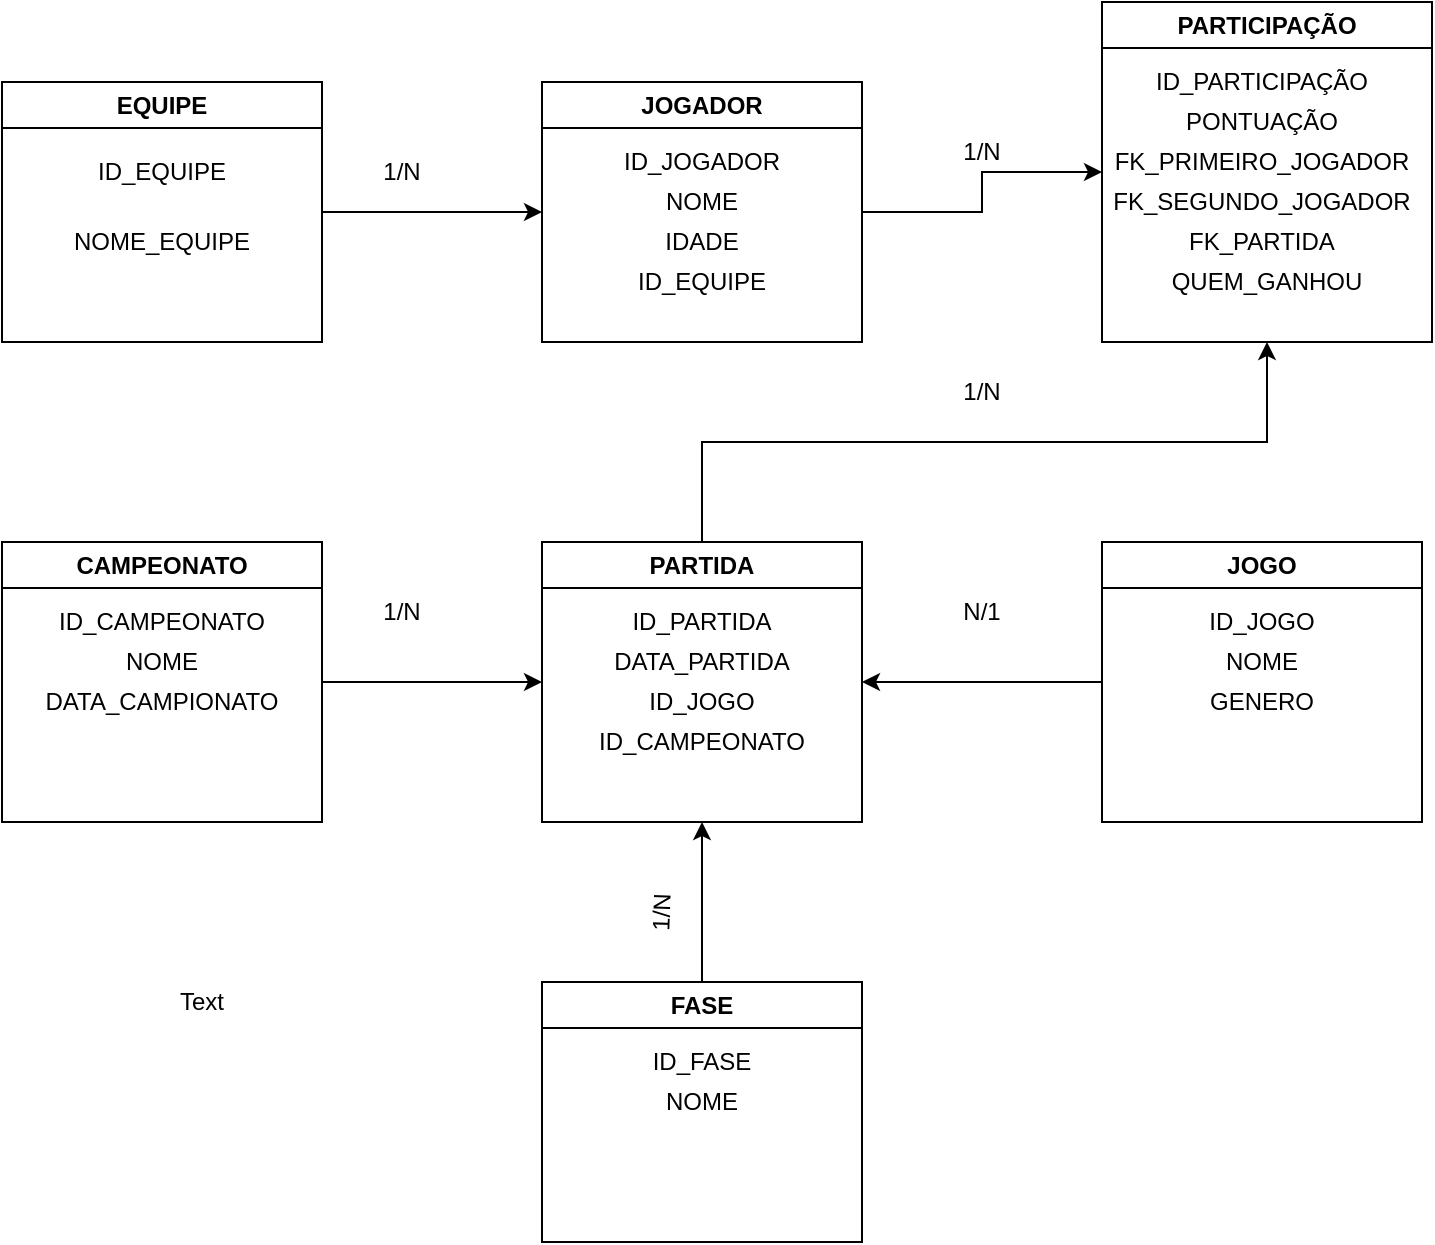
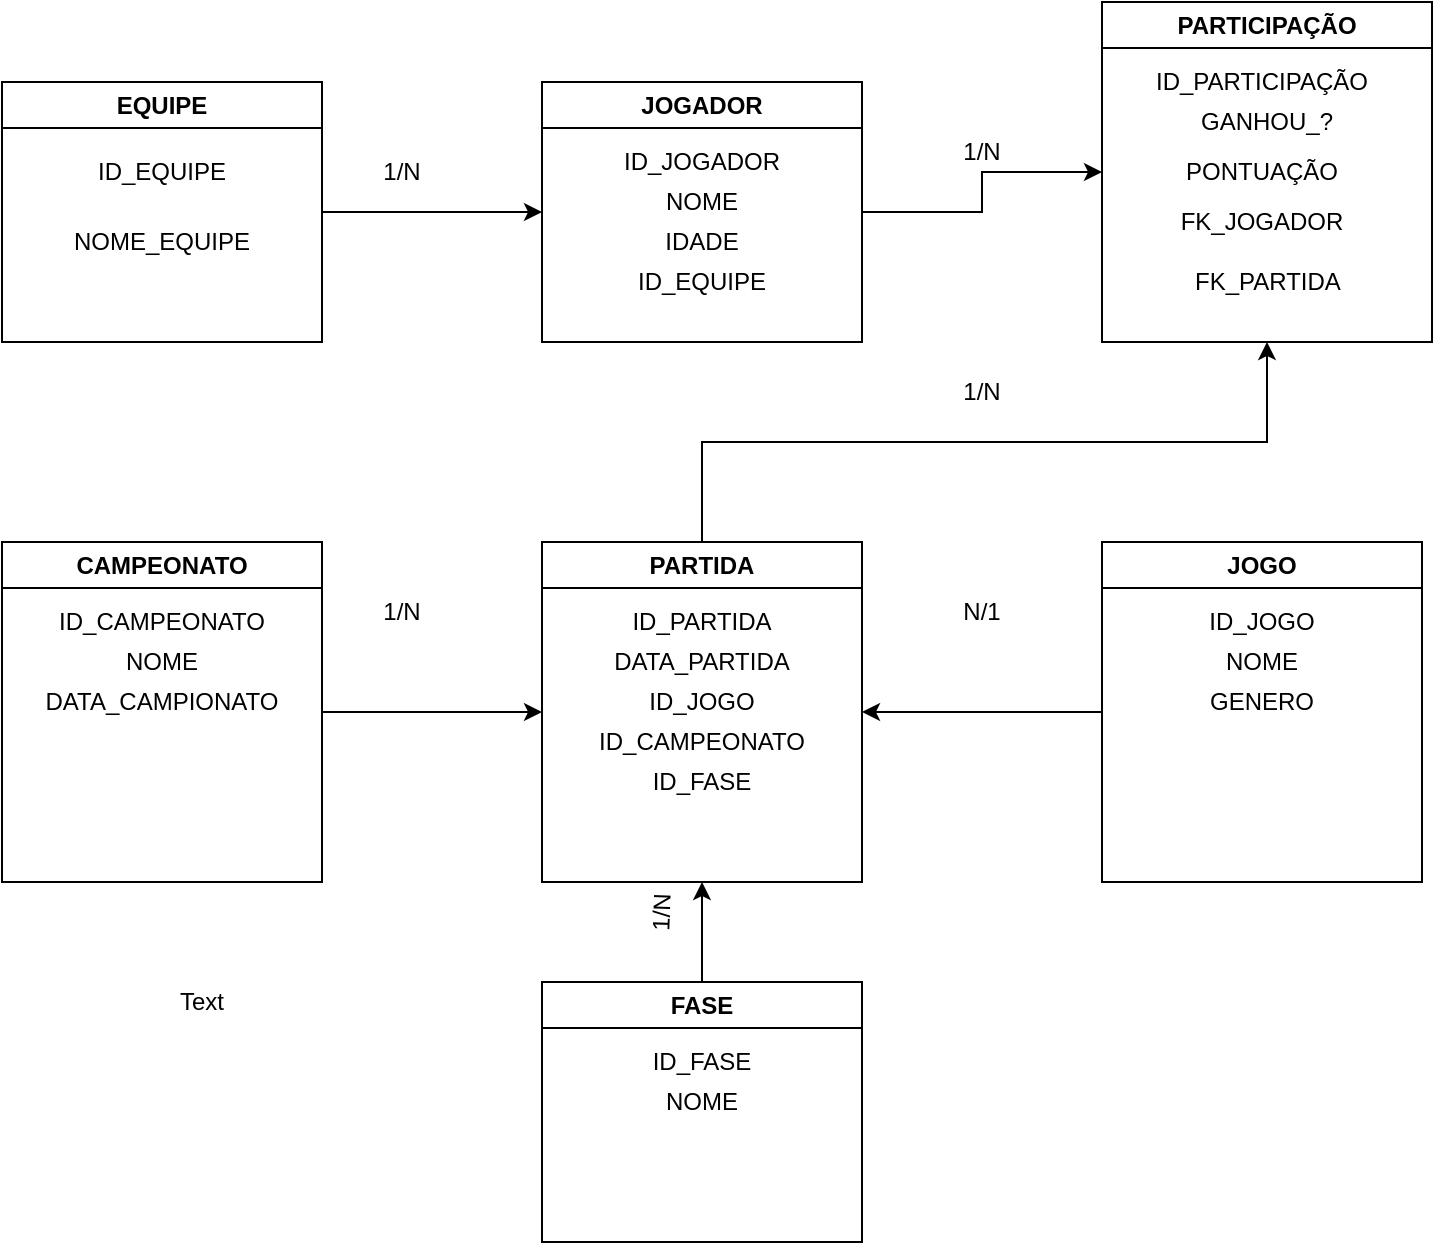
<mxfile host="app.diagrams.net">
  <diagram name="Página-1" id="lviVNp27TXM0gXfBMsc5">
-     <mxGraphModel dx="1043" dy="556" grid="1" gridSize="10" guides="1" tooltips="1" connect="1" arrows="1" fold="1" page="1" pageScale="1" pageWidth="827" pageHeight="1169" math="0" shadow="0">
+     <mxGraphModel dx="1203" dy="642" grid="1" gridSize="10" guides="1" tooltips="1" connect="1" arrows="1" fold="1" page="1" pageScale="1" pageWidth="827" pageHeight="1169" math="0" shadow="0">
      <root>
        <mxCell id="0" />
        <mxCell id="1" parent="0" />
        <mxCell id="fcPtH3pjVyxzCuCKq0aw-23" edge="1" parent="1" source="fcPtH3pjVyxzCuCKq0aw-11" style="edgeStyle=orthogonalEdgeStyle;rounded=0;orthogonalLoop=1;jettySize=auto;html=1;exitX=1;exitY=0.5;exitDx=0;exitDy=0;entryX=0;entryY=0.5;entryDx=0;entryDy=0;" target="fcPtH3pjVyxzCuCKq0aw-13">
          <mxGeometry relative="1" as="geometry" />
        </mxCell>
        <mxCell id="fcPtH3pjVyxzCuCKq0aw-11" parent="1" style="swimlane;whiteSpace=wrap;html=1;startSize=23;" value="EQUIPE" vertex="1">
          <mxGeometry height="130" width="160" x="10" y="50" as="geometry" />
        </mxCell>
        <mxCell id="fcPtH3pjVyxzCuCKq0aw-80" parent="fcPtH3pjVyxzCuCKq0aw-11" style="text;html=1;whiteSpace=wrap;strokeColor=none;fillColor=none;align=center;verticalAlign=middle;rounded=0;" value="ID_EQUIPE" vertex="1">
          <mxGeometry height="20" width="160" y="35" as="geometry" />
        </mxCell>
        <mxCell id="fcPtH3pjVyxzCuCKq0aw-81" parent="fcPtH3pjVyxzCuCKq0aw-11" style="text;html=1;whiteSpace=wrap;strokeColor=none;fillColor=none;align=center;verticalAlign=middle;rounded=0;" value="NOME_EQUIPE" vertex="1">
          <mxGeometry height="20" width="160" y="70" as="geometry" />
        </mxCell>
        <mxCell id="fcPtH3pjVyxzCuCKq0aw-24" edge="1" parent="1" source="fcPtH3pjVyxzCuCKq0aw-13" style="edgeStyle=orthogonalEdgeStyle;rounded=0;orthogonalLoop=1;jettySize=auto;html=1;exitX=1;exitY=0.5;exitDx=0;exitDy=0;entryX=0;entryY=0.5;entryDx=0;entryDy=0;" target="fcPtH3pjVyxzCuCKq0aw-14">
          <mxGeometry relative="1" as="geometry" />
        </mxCell>
        <mxCell id="fcPtH3pjVyxzCuCKq0aw-13" parent="1" style="swimlane;whiteSpace=wrap;html=1;" value="JOGADOR" vertex="1">
          <mxGeometry height="130" width="160" x="280" y="50" as="geometry" />
        </mxCell>
        <mxCell id="fcPtH3pjVyxzCuCKq0aw-75" parent="fcPtH3pjVyxzCuCKq0aw-13" style="text;html=1;whiteSpace=wrap;strokeColor=none;fillColor=none;align=center;verticalAlign=middle;rounded=0;" value="ID_JOGADOR" vertex="1">
          <mxGeometry height="20" width="160" y="30" as="geometry" />
        </mxCell>
        <mxCell id="fcPtH3pjVyxzCuCKq0aw-76" parent="fcPtH3pjVyxzCuCKq0aw-13" style="text;html=1;whiteSpace=wrap;strokeColor=none;fillColor=none;align=center;verticalAlign=middle;rounded=0;" value="NOME" vertex="1">
          <mxGeometry height="20" width="160" y="50" as="geometry" />
        </mxCell>
        <mxCell id="fcPtH3pjVyxzCuCKq0aw-78" parent="fcPtH3pjVyxzCuCKq0aw-13" style="text;html=1;whiteSpace=wrap;strokeColor=none;fillColor=none;align=center;verticalAlign=middle;rounded=0;" value="IDADE" vertex="1">
          <mxGeometry height="20" width="160" y="70" as="geometry" />
        </mxCell>
        <mxCell id="fcPtH3pjVyxzCuCKq0aw-77" parent="fcPtH3pjVyxzCuCKq0aw-13" style="text;html=1;whiteSpace=wrap;strokeColor=none;fillColor=none;align=center;verticalAlign=middle;rounded=0;" value="ID_EQUIPE" vertex="1">
          <mxGeometry height="20" width="160" y="90" as="geometry" />
        </mxCell>
        <mxCell id="fcPtH3pjVyxzCuCKq0aw-14" parent="1" style="swimlane;whiteSpace=wrap;html=1;" value="PARTICIPAÇÃO" vertex="1">
          <mxGeometry height="170" width="165" x="560" y="10" as="geometry" />
        </mxCell>
        <mxCell id="fcPtH3pjVyxzCuCKq0aw-70" parent="fcPtH3pjVyxzCuCKq0aw-14" style="text;html=1;whiteSpace=wrap;strokeColor=none;fillColor=none;align=center;verticalAlign=middle;rounded=0;" value="FK_PARTIDA" vertex="1">
-           <mxGeometry height="20" width="160" y="110" as="geometry" />
+           <mxGeometry height="20" width="160" x="2.5" y="130" as="geometry" />
        </mxCell>
-         <mxCell id="fcPtH3pjVyxzCuCKq0aw-71" parent="fcPtH3pjVyxzCuCKq0aw-14" style="text;html=1;whiteSpace=wrap;strokeColor=none;fillColor=none;align=center;verticalAlign=middle;rounded=0;" value="FK_PRIMEIRO_JOGADOR" vertex="1">
-           <mxGeometry height="20" width="160" y="70" as="geometry" />
-         </mxCell>
-         <mxCell id="fcPtH3pjVyxzCuCKq0aw-72" parent="fcPtH3pjVyxzCuCKq0aw-14" style="text;html=1;whiteSpace=wrap;strokeColor=none;fillColor=none;align=center;verticalAlign=middle;rounded=0;" value="FK_SEGUNDO_JOGADOR" vertex="1">
-           <mxGeometry height="20" width="160" y="90" as="geometry" />
+         <mxCell id="fcPtH3pjVyxzCuCKq0aw-71" parent="fcPtH3pjVyxzCuCKq0aw-14" style="text;html=1;whiteSpace=wrap;strokeColor=none;fillColor=none;align=center;verticalAlign=middle;rounded=0;" value="FK_JOGADOR" vertex="1">
+           <mxGeometry height="20" width="160" y="100" as="geometry" />
        </mxCell>
        <mxCell id="fcPtH3pjVyxzCuCKq0aw-73" parent="fcPtH3pjVyxzCuCKq0aw-14" style="text;html=1;whiteSpace=wrap;strokeColor=none;fillColor=none;align=center;verticalAlign=middle;rounded=0;" value="PONTUAÇÃO" vertex="1">
-           <mxGeometry height="20" width="160" y="50" as="geometry" />
+           <mxGeometry height="20" width="160" y="75" as="geometry" />
        </mxCell>
        <mxCell id="fcPtH3pjVyxzCuCKq0aw-74" parent="fcPtH3pjVyxzCuCKq0aw-14" style="text;html=1;whiteSpace=wrap;strokeColor=none;fillColor=none;align=center;verticalAlign=middle;rounded=0;" value="ID_PARTICIPAÇÃO" vertex="1">
          <mxGeometry height="20" width="160" y="30" as="geometry" />
        </mxCell>
-         <mxCell id="fcPtH3pjVyxzCuCKq0aw-95" parent="fcPtH3pjVyxzCuCKq0aw-14" style="text;html=1;whiteSpace=wrap;strokeColor=none;fillColor=none;align=center;verticalAlign=middle;rounded=0;" value="QUEM_GANHOU" vertex="1">
-           <mxGeometry height="20" width="165" y="130" as="geometry" />
+         <mxCell id="fcPtH3pjVyxzCuCKq0aw-95" parent="fcPtH3pjVyxzCuCKq0aw-14" style="text;html=1;whiteSpace=wrap;strokeColor=none;fillColor=none;align=center;verticalAlign=middle;rounded=0;" value="GANHOU_?" vertex="1">
+           <mxGeometry height="20" width="165" y="50" as="geometry" />
        </mxCell>
        <mxCell id="fcPtH3pjVyxzCuCKq0aw-28" edge="1" parent="1" source="fcPtH3pjVyxzCuCKq0aw-15" style="edgeStyle=orthogonalEdgeStyle;rounded=0;orthogonalLoop=1;jettySize=auto;html=1;exitX=1;exitY=0.5;exitDx=0;exitDy=0;entryX=0;entryY=0.5;entryDx=0;entryDy=0;" target="fcPtH3pjVyxzCuCKq0aw-17">
          <mxGeometry relative="1" as="geometry" />
        </mxCell>
        <mxCell id="fcPtH3pjVyxzCuCKq0aw-15" parent="1" style="swimlane;whiteSpace=wrap;html=1;" value="CAMPEONATO" vertex="1">
-           <mxGeometry height="140" width="160" x="10" y="280" as="geometry" />
+           <mxGeometry height="170" width="160" x="10" y="280" as="geometry" />
        </mxCell>
        <mxCell id="fcPtH3pjVyxzCuCKq0aw-56" parent="fcPtH3pjVyxzCuCKq0aw-15" style="text;html=1;whiteSpace=wrap;strokeColor=none;fillColor=none;align=center;verticalAlign=middle;rounded=0;" value="ID_CAMPEONATO" vertex="1">
          <mxGeometry height="20" width="160" y="30" as="geometry" />
        </mxCell>
        <mxCell id="fcPtH3pjVyxzCuCKq0aw-57" parent="fcPtH3pjVyxzCuCKq0aw-15" style="text;html=1;whiteSpace=wrap;strokeColor=none;fillColor=none;align=center;verticalAlign=middle;rounded=0;" value="NOME" vertex="1">
          <mxGeometry height="20" width="160" y="50" as="geometry" />
        </mxCell>
        <mxCell id="fcPtH3pjVyxzCuCKq0aw-59" parent="fcPtH3pjVyxzCuCKq0aw-15" style="text;html=1;whiteSpace=wrap;strokeColor=none;fillColor=none;align=center;verticalAlign=middle;rounded=0;" value="DATA_CAMPIONATO" vertex="1">
          <mxGeometry height="20" width="160" y="70" as="geometry" />
        </mxCell>
        <mxCell id="fcPtH3pjVyxzCuCKq0aw-40" edge="1" parent="1" source="fcPtH3pjVyxzCuCKq0aw-17" style="edgeStyle=orthogonalEdgeStyle;rounded=0;orthogonalLoop=1;jettySize=auto;html=1;exitX=0.5;exitY=0;exitDx=0;exitDy=0;entryX=0.5;entryY=1;entryDx=0;entryDy=0;" target="fcPtH3pjVyxzCuCKq0aw-14">
          <mxGeometry relative="1" as="geometry" />
        </mxCell>
        <mxCell id="fcPtH3pjVyxzCuCKq0aw-17" parent="1" style="swimlane;whiteSpace=wrap;html=1;" value="PARTIDA" vertex="1">
-           <mxGeometry height="140" width="160" x="280" y="280" as="geometry" />
+           <mxGeometry height="170" width="160" x="280" y="280" as="geometry" />
        </mxCell>
        <mxCell id="fcPtH3pjVyxzCuCKq0aw-82" parent="fcPtH3pjVyxzCuCKq0aw-17" style="text;html=1;whiteSpace=wrap;strokeColor=none;fillColor=none;align=center;verticalAlign=middle;rounded=0;" value="ID_PARTIDA" vertex="1">
          <mxGeometry height="20" width="160" y="30" as="geometry" />
        </mxCell>
        <mxCell id="fcPtH3pjVyxzCuCKq0aw-83" parent="fcPtH3pjVyxzCuCKq0aw-17" style="text;html=1;whiteSpace=wrap;strokeColor=none;fillColor=none;align=center;verticalAlign=middle;rounded=0;" value="DATA_PARTIDA" vertex="1">
          <mxGeometry height="20" width="160" y="50" as="geometry" />
        </mxCell>
        <mxCell id="fcPtH3pjVyxzCuCKq0aw-85" parent="fcPtH3pjVyxzCuCKq0aw-17" style="text;html=1;whiteSpace=wrap;strokeColor=none;fillColor=none;align=center;verticalAlign=middle;rounded=0;" value="ID_JOGO" vertex="1">
          <mxGeometry height="20" width="160" y="70" as="geometry" />
        </mxCell>
        <mxCell id="fcPtH3pjVyxzCuCKq0aw-84" parent="fcPtH3pjVyxzCuCKq0aw-17" style="text;html=1;whiteSpace=wrap;strokeColor=none;fillColor=none;align=center;verticalAlign=middle;rounded=0;" value="ID_CAMPEONATO" vertex="1">
          <mxGeometry height="20" width="160" y="90" as="geometry" />
        </mxCell>
+         <mxCell id="YE9ItrPsOPVk3nfoOyGj-4" parent="fcPtH3pjVyxzCuCKq0aw-17" style="text;html=1;whiteSpace=wrap;strokeColor=none;fillColor=none;align=center;verticalAlign=middle;rounded=0;" value="ID_FASE" vertex="1">
+           <mxGeometry height="20" width="160" y="110" as="geometry" />
+         </mxCell>
        <mxCell id="fcPtH3pjVyxzCuCKq0aw-27" edge="1" parent="1" source="fcPtH3pjVyxzCuCKq0aw-26" style="edgeStyle=orthogonalEdgeStyle;rounded=0;orthogonalLoop=1;jettySize=auto;html=1;exitX=0;exitY=0.5;exitDx=0;exitDy=0;entryX=1;entryY=0.5;entryDx=0;entryDy=0;" target="fcPtH3pjVyxzCuCKq0aw-17">
          <mxGeometry relative="1" as="geometry" />
        </mxCell>
        <mxCell id="fcPtH3pjVyxzCuCKq0aw-26" parent="1" style="swimlane;whiteSpace=wrap;html=1;" value="JOGO" vertex="1">
-           <mxGeometry height="140" width="160" x="560" y="280" as="geometry" />
+           <mxGeometry height="170" width="160" x="560" y="280" as="geometry" />
        </mxCell>
        <mxCell id="fcPtH3pjVyxzCuCKq0aw-64" parent="fcPtH3pjVyxzCuCKq0aw-26" style="text;html=1;whiteSpace=wrap;strokeColor=none;fillColor=none;align=center;verticalAlign=middle;rounded=0;" value="ID_JOGO" vertex="1">
          <mxGeometry height="20" width="160" y="30" as="geometry" />
        </mxCell>
        <mxCell id="fcPtH3pjVyxzCuCKq0aw-65" parent="fcPtH3pjVyxzCuCKq0aw-26" style="text;html=1;whiteSpace=wrap;strokeColor=none;fillColor=none;align=center;verticalAlign=middle;rounded=0;" value="NOME" vertex="1">
          <mxGeometry height="20" width="160" y="50" as="geometry" />
        </mxCell>
        <mxCell id="fcPtH3pjVyxzCuCKq0aw-66" parent="fcPtH3pjVyxzCuCKq0aw-26" style="text;html=1;whiteSpace=wrap;strokeColor=none;fillColor=none;align=center;verticalAlign=middle;rounded=0;" value="GENERO" vertex="1">
          <mxGeometry height="20" width="160" y="70" as="geometry" />
        </mxCell>
        <mxCell id="fcPtH3pjVyxzCuCKq0aw-29" parent="1" style="text;html=1;whiteSpace=wrap;strokeColor=none;fillColor=none;align=center;verticalAlign=middle;rounded=0;" value="1/N" vertex="1">
          <mxGeometry height="30" width="60" x="180" y="80" as="geometry" />
        </mxCell>
        <mxCell id="fcPtH3pjVyxzCuCKq0aw-30" parent="1" style="text;html=1;whiteSpace=wrap;strokeColor=none;fillColor=none;align=center;verticalAlign=middle;rounded=0;" value="1/N" vertex="1">
          <mxGeometry height="30" width="60" x="470" y="70" as="geometry" />
        </mxCell>
        <mxCell id="fcPtH3pjVyxzCuCKq0aw-41" parent="1" style="text;html=1;whiteSpace=wrap;strokeColor=none;fillColor=none;align=center;verticalAlign=middle;rounded=0;" value="1/N" vertex="1">
          <mxGeometry height="30" width="60" x="470" y="190" as="geometry" />
        </mxCell>
        <mxCell id="fcPtH3pjVyxzCuCKq0aw-51" parent="1" style="text;html=1;whiteSpace=wrap;strokeColor=none;fillColor=none;align=center;verticalAlign=middle;rounded=0;" value="1/N" vertex="1">
          <mxGeometry height="30" width="60" x="180" y="300" as="geometry" />
        </mxCell>
        <mxCell id="fcPtH3pjVyxzCuCKq0aw-52" parent="1" style="text;html=1;whiteSpace=wrap;strokeColor=none;fillColor=none;align=center;verticalAlign=middle;rounded=0;" value="N/1" vertex="1">
          <mxGeometry height="30" width="60" x="470" y="300" as="geometry" />
        </mxCell>
        <mxCell id="fcPtH3pjVyxzCuCKq0aw-58" parent="1" style="text;html=1;whiteSpace=wrap;strokeColor=none;fillColor=none;align=center;verticalAlign=middle;rounded=0;" value="Text" vertex="1">
          <mxGeometry height="20" width="160" x="30" y="500" as="geometry" />
        </mxCell>
        <mxCell id="fcPtH3pjVyxzCuCKq0aw-68" edge="1" parent="1" source="fcPtH3pjVyxzCuCKq0aw-60" style="edgeStyle=orthogonalEdgeStyle;rounded=0;orthogonalLoop=1;jettySize=auto;html=1;exitX=0.5;exitY=0;exitDx=0;exitDy=0;entryX=0.5;entryY=1;entryDx=0;entryDy=0;" target="fcPtH3pjVyxzCuCKq0aw-17">
          <mxGeometry relative="1" as="geometry" />
        </mxCell>
        <mxCell id="fcPtH3pjVyxzCuCKq0aw-60" parent="1" style="swimlane;whiteSpace=wrap;html=1;" value="FASE" vertex="1">
          <mxGeometry height="130" width="160" x="280" y="500" as="geometry" />
        </mxCell>
        <mxCell id="fcPtH3pjVyxzCuCKq0aw-62" parent="fcPtH3pjVyxzCuCKq0aw-60" style="text;html=1;whiteSpace=wrap;strokeColor=none;fillColor=none;align=center;verticalAlign=middle;rounded=0;" value="ID_FASE" vertex="1">
          <mxGeometry height="20" width="160" y="30" as="geometry" />
        </mxCell>
        <mxCell id="fcPtH3pjVyxzCuCKq0aw-63" parent="fcPtH3pjVyxzCuCKq0aw-60" style="text;html=1;whiteSpace=wrap;strokeColor=none;fillColor=none;align=center;verticalAlign=middle;rounded=0;" value="NOME" vertex="1">
          <mxGeometry height="20" width="160" y="50" as="geometry" />
        </mxCell>
        <mxCell id="fcPtH3pjVyxzCuCKq0aw-69" parent="1" style="text;html=1;whiteSpace=wrap;strokeColor=none;fillColor=none;align=center;verticalAlign=middle;rounded=0;rotation=-88;" value="1/N" vertex="1">
          <mxGeometry height="30" width="60" x="310" y="450" as="geometry" />
        </mxCell>
      </root>
    </mxGraphModel>
  </diagram>
</mxfile>
